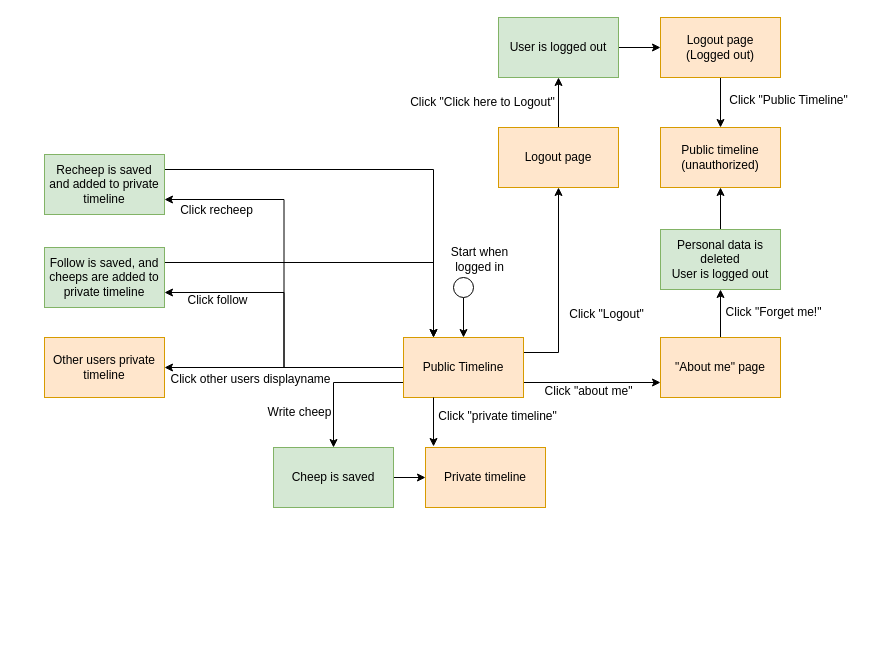
The draw.io diagram docs/diagrams/AuthorizedUserActivities.drawio in ITU-BDSA2024-GROUP14/Chirp, before the edit. Source tidied: cells renumbered, new cells numbered last; positions are measured from the earlier drawing's top-left corner, leaving out a move shared by most shapes. Both pictures are drawn from the tidied source at 100%, with x=0, y=0 at pixel (44, 17).
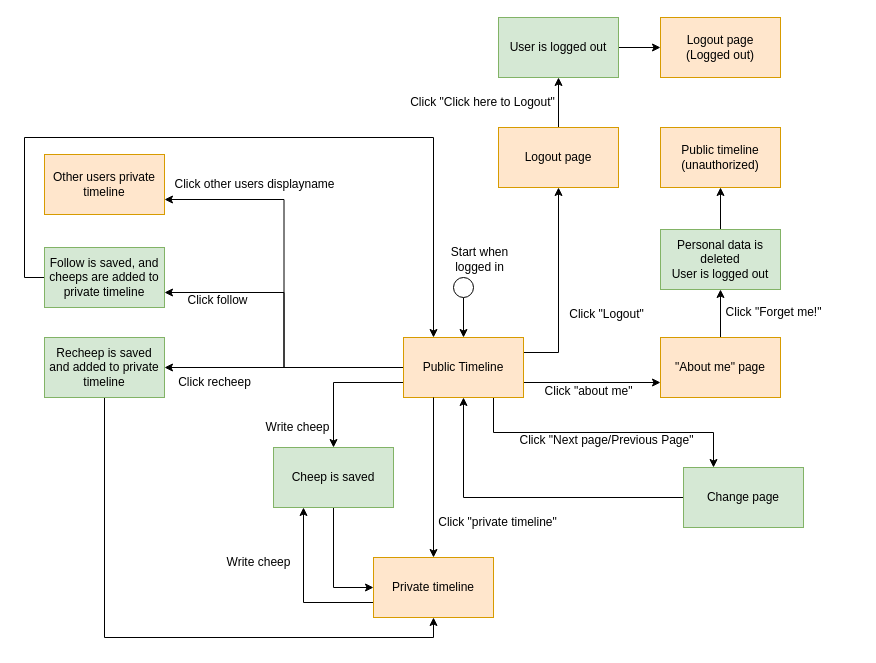
After the change.

Commit message (it also covers changes not shown here):
Changed authorized user activity diagram

Unchanged cells that the change refers to:
```xml
<mxCell id="8" value="Public Timeline" style="rounded=0;whiteSpace=wrap;html=1;fillColor=#ffe6cc;strokeColor=#d79b00;" parent="1" vertex="1">
  <mxGeometry x="359" y="320" width="120" height="60" as="geometry" />
</mxCell>
<mxCell id="14" value="&lt;div&gt;Public timeline&lt;/div&gt;&lt;div&gt;(unauthorized)&lt;br&gt;&lt;/div&gt;" style="rounded=0;whiteSpace=wrap;html=1;fillColor=#ffe6cc;strokeColor=#d79b00;" parent="1" vertex="1">
  <mxGeometry x="616" y="110" width="120" height="60" as="geometry" />
</mxCell>
<mxCell id="22" value="Cheep is saved" style="rounded=0;whiteSpace=wrap;html=1;fillColor=#d5e8d4;strokeColor=#82b366;" parent="1" vertex="1">
  <mxGeometry x="229" y="430" width="120" height="60" as="geometry" />
</mxCell>
<mxCell id="25" value="Follow is saved, and cheeps are added to private timeline" style="rounded=0;whiteSpace=wrap;html=1;fillColor=#d5e8d4;strokeColor=#82b366;" parent="1" vertex="1">
  <mxGeometry y="230" width="120" height="60" as="geometry" />
</mxCell>
<mxCell id="40" value="&lt;div&gt;Logout page&lt;/div&gt;&lt;div&gt;(Logged out)&lt;br&gt;&lt;/div&gt;" style="rounded=0;whiteSpace=wrap;html=1;fillColor=#ffe6cc;strokeColor=#d79b00;" parent="1" vertex="1">
  <mxGeometry x="616" width="120" height="60" as="geometry" />
</mxCell>
```

Change to the diagram source:
```diff
@@
+    <mxCell id="42" style="edgeStyle=orthogonalEdgeStyle;rounded=0;jettySize=auto;html=1;exitX=0.75;exitY=1;exitDx=0;exitDy=0;entryX=0.25;entryY=0;entryDx=0;entryDy=0;" parent="1" edge="1" source="8" target="46">
+      <mxGeometry relative="1" as="geometry" />
+    </mxCell>
@@
+    <mxCell id="43" style="edgeStyle=orthogonalEdgeStyle;rounded=0;jettySize=auto;html=1;exitX=0;exitY=0.75;exitDx=0;exitDy=0;entryX=0.25;entryY=1;entryDx=0;entryDy=0;" parent="1" edge="1" source="17" target="22">
+      <mxGeometry relative="1" as="geometry" />
+    </mxCell>
     <mxCell id="17" value="Private timeline" style="rounded=0;whiteSpace=wrap;html=1;fillColor=#ffe6cc;strokeColor=#d79b00;" parent="1" vertex="1">
-      <mxGeometry x="381" y="430" width="120" height="60" as="geometry" />
+      <mxGeometry x="329" y="540" width="120" height="60" as="geometry" />
     </mxCell>
     <mxCell id="18" value="Click &quot;private timeline&quot;" style="text;html=1;align=center;verticalAlign=middle;strokeColor=none;fillColor=none;" parent="1" vertex="1">
-      <mxGeometry x="383" y="384" width="140" height="30" as="geometry" />
+      <mxGeometry x="383" y="490" width="140" height="30" as="geometry" />
     </mxCell>
+    <mxCell id="44" style="edgeStyle=orthogonalEdgeStyle;rounded=0;jettySize=auto;html=1;exitX=0.5;exitY=1;exitDx=0;exitDy=0;entryX=0.5;entryY=1;entryDx=0;entryDy=0;" parent="1" edge="1" source="19" target="17">
+      <mxGeometry relative="1" as="geometry" />
+    </mxCell>
-    <mxCell id="19" value="Other users private timeline" style="rounded=0;whiteSpace=wrap;html=1;fillColor=#ffe6cc;strokeColor=#d79b00;" parent="1" vertex="1">
+    <mxCell id="19" value="Recheep is saved and added to private timeline" style="rounded=0;whiteSpace=wrap;html=1;fillColor=#d5e8d4;strokeColor=#82b366;" parent="1" vertex="1">
       <mxGeometry y="320" width="120" height="60" as="geometry" />
     </mxCell>
     <mxCell id="20" value="Click other users displayname" style="text;html=1;align=center;verticalAlign=middle;strokeColor=none;fillColor=none;" parent="1" vertex="1">
-      <mxGeometry x="116" y="347" width="180" height="30" as="geometry" />
+      <mxGeometry x="120" y="152" width="180" height="30" as="geometry" />
     </mxCell>
-    <mxCell id="21" style="edgeStyle=orthogonalEdgeStyle;rounded=0;jettySize=auto;html=1;exitX=1;exitY=0.5;exitDx=0;exitDy=0;entryX=0;entryY=0.5;entryDx=0;entryDy=0;" parent="1" edge="1" source="22" target="17">
+    <mxCell id="21" style="edgeStyle=orthogonalEdgeStyle;rounded=0;jettySize=auto;html=1;exitX=0.5;exitY=1;exitDx=0;exitDy=0;entryX=0;entryY=0.5;entryDx=0;entryDy=0;" parent="1" edge="1" source="22" target="17">
       <mxGeometry relative="1" as="geometry" />
     </mxCell>
@@
     <mxCell id="23" value="Write cheep" style="text;html=1;align=center;verticalAlign=middle;strokeColor=none;fillColor=none;" parent="1" vertex="1">
-      <mxGeometry x="210" y="380" width="90" height="30" as="geometry" />
+      <mxGeometry x="208" y="395" width="90" height="30" as="geometry" />
     </mxCell>
-    <mxCell id="24" style="edgeStyle=orthogonalEdgeStyle;rounded=0;jettySize=auto;html=1;exitX=1;exitY=0.25;exitDx=0;exitDy=0;entryX=0.25;entryY=0;entryDx=0;entryDy=0;" parent="1" edge="1" source="25" target="8">
-      <mxGeometry relative="1" as="geometry" />
+    <mxCell id="24" style="edgeStyle=orthogonalEdgeStyle;rounded=0;jettySize=auto;html=1;exitX=0;exitY=0.5;exitDx=0;exitDy=0;entryX=0.25;entryY=0;entryDx=0;entryDy=0;" parent="1" edge="1" source="25" target="8">
+      <mxGeometry relative="1" as="geometry">
+        <Array as="points">
+          <mxPoint x="-20" y="260" />
+          <mxPoint x="-20" y="120" />
+          <mxPoint x="389" y="120" />
+        </Array>
+      </mxGeometry>
     </mxCell>
@@
-    <mxCell id="28" style="edgeStyle=orthogonalEdgeStyle;rounded=0;jettySize=auto;html=1;exitX=1;exitY=0.25;exitDx=0;exitDy=0;entryX=0.25;entryY=0;entryDx=0;entryDy=0;" parent="1" edge="1" source="29" target="8">
-      <mxGeometry relative="1" as="geometry" />
-    </mxCell>
-    <mxCell id="29" value="Recheep is saved and added to private timeline" style="rounded=0;whiteSpace=wrap;html=1;fillColor=#d5e8d4;strokeColor=#82b366;" parent="1" vertex="1">
+    <mxCell id="29" value="Other users private timeline" style="rounded=0;whiteSpace=wrap;html=1;fillColor=#ffe6cc;strokeColor=#d79b00;" parent="1" vertex="1">
       <mxGeometry y="137" width="120" height="60" as="geometry" />
     </mxCell>
@@
     <mxCell id="31" value="Click recheep" style="text;html=1;align=center;verticalAlign=middle;strokeColor=none;fillColor=none;" parent="1" vertex="1">
-      <mxGeometry x="122" y="178" width="100" height="30" as="geometry" />
+      <mxGeometry x="120" y="350" width="100" height="30" as="geometry" />
     </mxCell>
-    <mxCell id="32" style="edgeStyle=orthogonalEdgeStyle;rounded=0;jettySize=auto;html=1;exitX=0.25;exitY=1;exitDx=0;exitDy=0;entryX=0.067;entryY=-0.017;entryDx=0;entryDy=0;entryPerimeter=0;" parent="1" edge="1" source="8" target="17">
+    <mxCell id="32" style="edgeStyle=orthogonalEdgeStyle;rounded=0;jettySize=auto;html=1;exitX=0.25;exitY=1;exitDx=0;exitDy=0;entryX=0.5;entryY=0;entryDx=0;entryDy=0;" parent="1" edge="1" source="8" target="17">
       <mxGeometry relative="1" as="geometry" />
     </mxCell>
@@
-    <mxCell id="39" style="edgeStyle=orthogonalEdgeStyle;rounded=0;jettySize=auto;html=1;exitX=0.5;exitY=1;exitDx=0;exitDy=0;entryX=0.5;entryY=0;entryDx=0;entryDy=0;" parent="1" edge="1" source="40" target="14">
-      <mxGeometry relative="1" as="geometry" />
-    </mxCell>
@@
-    <mxCell id="41" value="Click &quot;Public Timeline&quot;" style="text;html=1;align=center;verticalAlign=middle;strokeColor=none;fillColor=none;" parent="1" vertex="1">
-      <mxGeometry x="674" y="68" width="140" height="30" as="geometry" />
-    </mxCell>
+    <mxCell id="45" style="edgeStyle=orthogonalEdgeStyle;rounded=0;jettySize=auto;html=1;exitX=0;exitY=0.5;exitDx=0;exitDy=0;entryX=0.5;entryY=1;entryDx=0;entryDy=0;" parent="1" edge="1" source="46" target="8">
+      <mxGeometry relative="1" as="geometry" />
+    </mxCell>
+    <mxCell id="46" value="Change page " style="rounded=0;whiteSpace=wrap;html=1;fillColor=#d5e8d4;strokeColor=#82b366;" parent="1" vertex="1">
+      <mxGeometry x="639" y="450" width="120" height="60" as="geometry" />
+    </mxCell>
+    <mxCell id="47" value="Click &quot;Next page/Previous Page&quot;" style="text;html=1;align=center;verticalAlign=middle;strokeColor=none;fillColor=none;" parent="1" vertex="1">
+      <mxGeometry x="462" y="408" width="200" height="30" as="geometry" />
+    </mxCell>
+    <mxCell id="48" value="Write cheep" style="text;html=1;align=center;verticalAlign=middle;strokeColor=none;fillColor=none;" parent="1" vertex="1">
+      <mxGeometry x="169" y="530" width="90" height="30" as="geometry" />
+    </mxCell>
```
